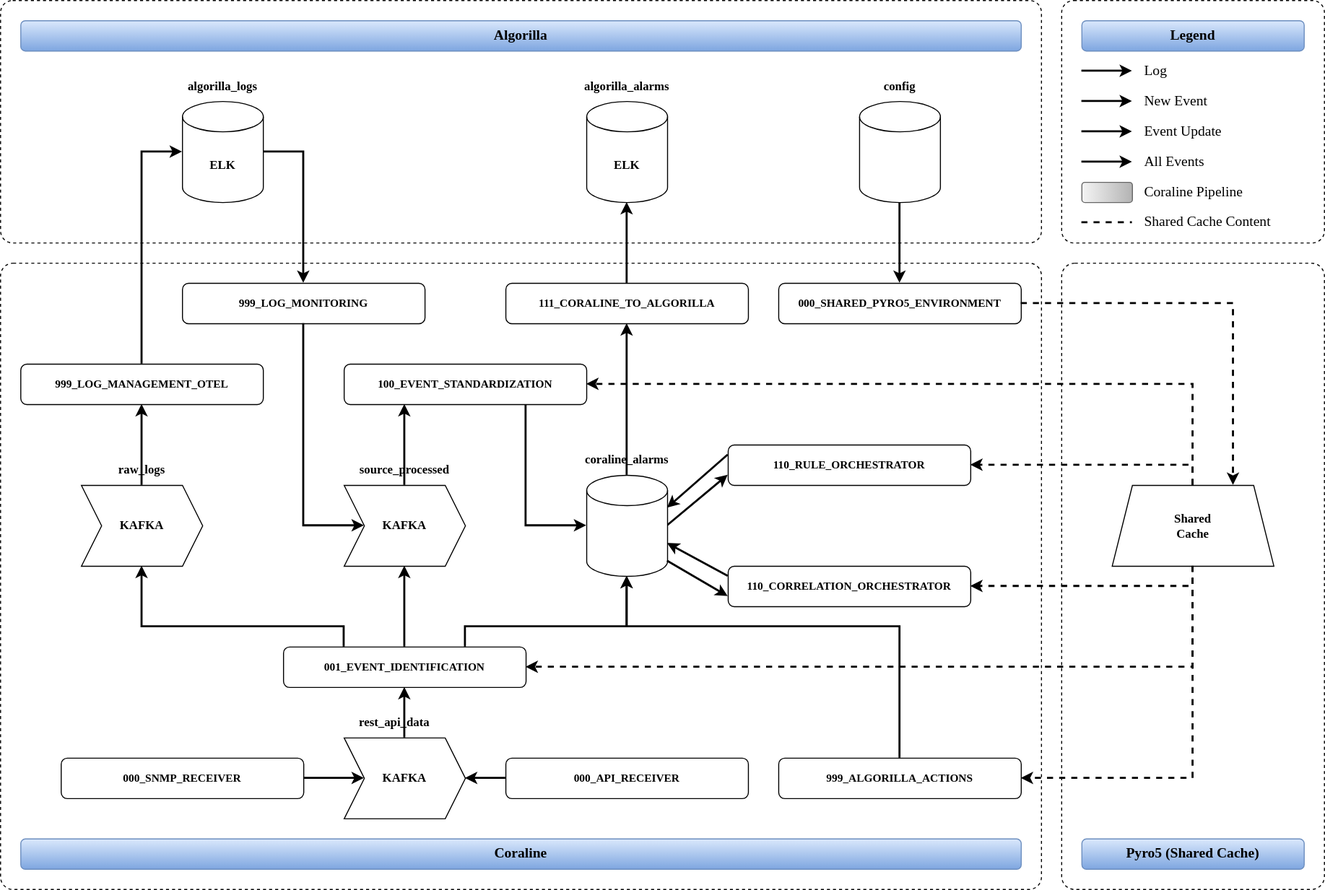
Before: Monityr-x_engine.svg, a diagram exported from draw.io (clement-violleau/Monityr-x). Source tidied: cells renumbered, new cells last; positions are measured from the earlier drawing's top-left corner, leaving out a move shared by most shapes.
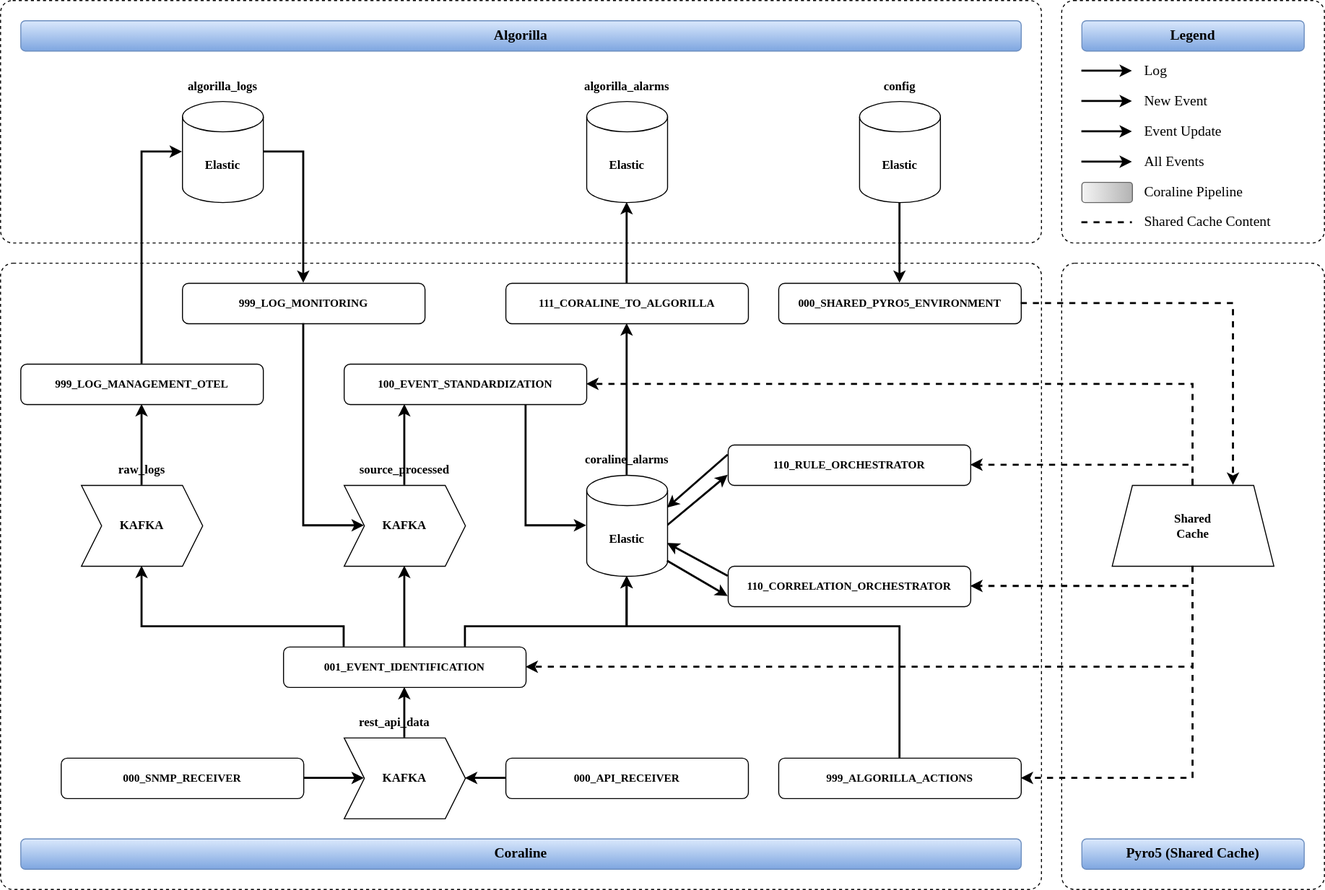
Above is the later version.

Commit message:
Mettre à jour Monityr-x_engine.svg

Change to the diagram source:
```diff
@@ -75,7 +75,7 @@
     <mxCell id="22" style="rounded=0;jettySize=auto;html=1;entryX=0.5;entryY=1;entryDx=0;entryDy=0;strokeWidth=2;strokeColor=light-dark(#000000,#7F00FF);fontFamily=Verdana;" parent="1" edge="1" source="23" target="16">
       <mxGeometry relative="1" as="geometry" />
     </mxCell>
-    <mxCell id="23" style="shape=cylinder3;whiteSpace=wrap;html=1;boundedLbl=1;backgroundOutline=1;size=15;fontFamily=Verdana;fontStyle=1;" parent="1" vertex="1">
+    <mxCell id="23" value="Elastic" style="shape=cylinder3;whiteSpace=wrap;html=1;boundedLbl=1;backgroundOutline=1;size=15;fontFamily=Verdana;fontStyle=1;" parent="1" vertex="1">
       <mxGeometry x="580" y="470" width="80" height="100" as="geometry" />
     </mxCell>
     <mxCell id="24" style="rounded=0;jettySize=auto;html=1;entryX=0.5;entryY=1;entryDx=0;entryDy=0;exitX=0.5;exitY=0;exitDx=0;exitDy=0;edgeStyle=orthogonalEdgeStyle;strokeWidth=2;strokeColor=light-dark(#000000,#009900);fontFamily=Verdana;" parent="1" edge="1" source="51" target="20">
@@ -96,10 +96,10 @@
     <mxCell id="29" style="edgeStyle=orthogonalEdgeStyle;rounded=0;jettySize=auto;html=1;entryX=0.5;entryY=0;entryDx=0;entryDy=0;strokeWidth=2;strokeColor=light-dark(#000000,#009900);exitX=1;exitY=0.5;exitDx=0;exitDy=0;exitPerimeter=0;fontFamily=Verdana;" parent="1" edge="1" source="30" target="61">
       <mxGeometry relative="1" as="geometry" />
     </mxCell>
-    <mxCell id="30" value="ELK" style="shape=cylinder3;whiteSpace=wrap;html=1;boundedLbl=1;backgroundOutline=1;size=15;fontFamily=Verdana;fontStyle=1;" parent="1" vertex="1">
+    <mxCell id="30" value="Elastic" style="shape=cylinder3;whiteSpace=wrap;html=1;boundedLbl=1;backgroundOutline=1;size=15;fontFamily=Verdana;fontStyle=1;" parent="1" vertex="1">
       <mxGeometry x="180" y="100" width="80" height="100" as="geometry" />
     </mxCell>
-    <mxCell id="31" value="ELK" style="shape=cylinder3;whiteSpace=wrap;html=1;boundedLbl=1;backgroundOutline=1;size=15;fontFamily=Verdana;fontStyle=1;" parent="1" vertex="1">
+    <mxCell id="31" value="Elastic" style="shape=cylinder3;whiteSpace=wrap;html=1;boundedLbl=1;backgroundOutline=1;size=15;fontFamily=Verdana;fontStyle=1;" parent="1" vertex="1">
       <mxGeometry x="580" y="100" width="80" height="100" as="geometry" />
     </mxCell>
     <mxCell id="32" value="&lt;div&gt;Algorilla&lt;/div&gt;" style="rounded=1;whiteSpace=wrap;html=1;fillColor=#dae8fc;gradientColor=#7ea6e0;strokeColor=#6c8ebf;fontStyle=1;fontSize=14;fontFamily=Verdana;" parent="1" vertex="1">
@@ -132,7 +132,7 @@
     <mxCell id="41" style="edgeStyle=orthogonalEdgeStyle;rounded=0;jettySize=auto;html=1;entryX=0.5;entryY=0;entryDx=0;entryDy=0;strokeWidth=2;fontFamily=Verdana;" parent="1" edge="1" source="42" target="28">
       <mxGeometry relative="1" as="geometry" />
     </mxCell>
-    <mxCell id="42" style="shape=cylinder3;whiteSpace=wrap;html=1;boundedLbl=1;backgroundOutline=1;size=15;fontFamily=Verdana;fontStyle=1;" parent="1" vertex="1">
+    <mxCell id="42" value="Elastic" style="shape=cylinder3;whiteSpace=wrap;html=1;boundedLbl=1;backgroundOutline=1;size=15;fontFamily=Verdana;fontStyle=1;" parent="1" vertex="1">
       <mxGeometry x="850" y="100" width="80" height="100" as="geometry" />
     </mxCell>
     <mxCell id="43" value="config" style="text;html=1;whiteSpace=wrap;strokeColor=none;fillColor=none;align=center;verticalAlign=middle;rounded=0;fontFamily=Verdana;fontStyle=1;fontSize=12;" parent="1" vertex="1">
```
